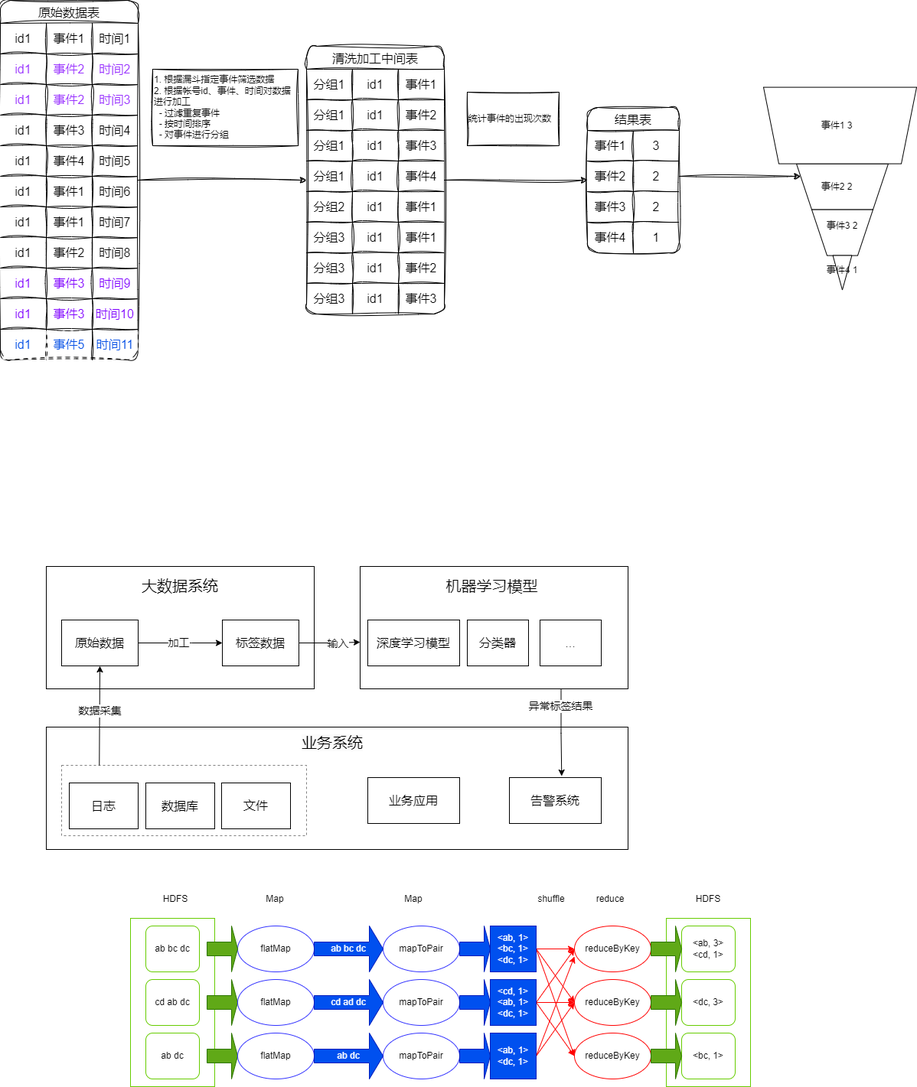
Before: test1.drawio.png, a diagram exported from draw.io (fxfng/hello-world). Source tidied: cells renumbered, new cells last; positions are measured from the earlier drawing's top-left corner, leaving out a move shared by most shapes.
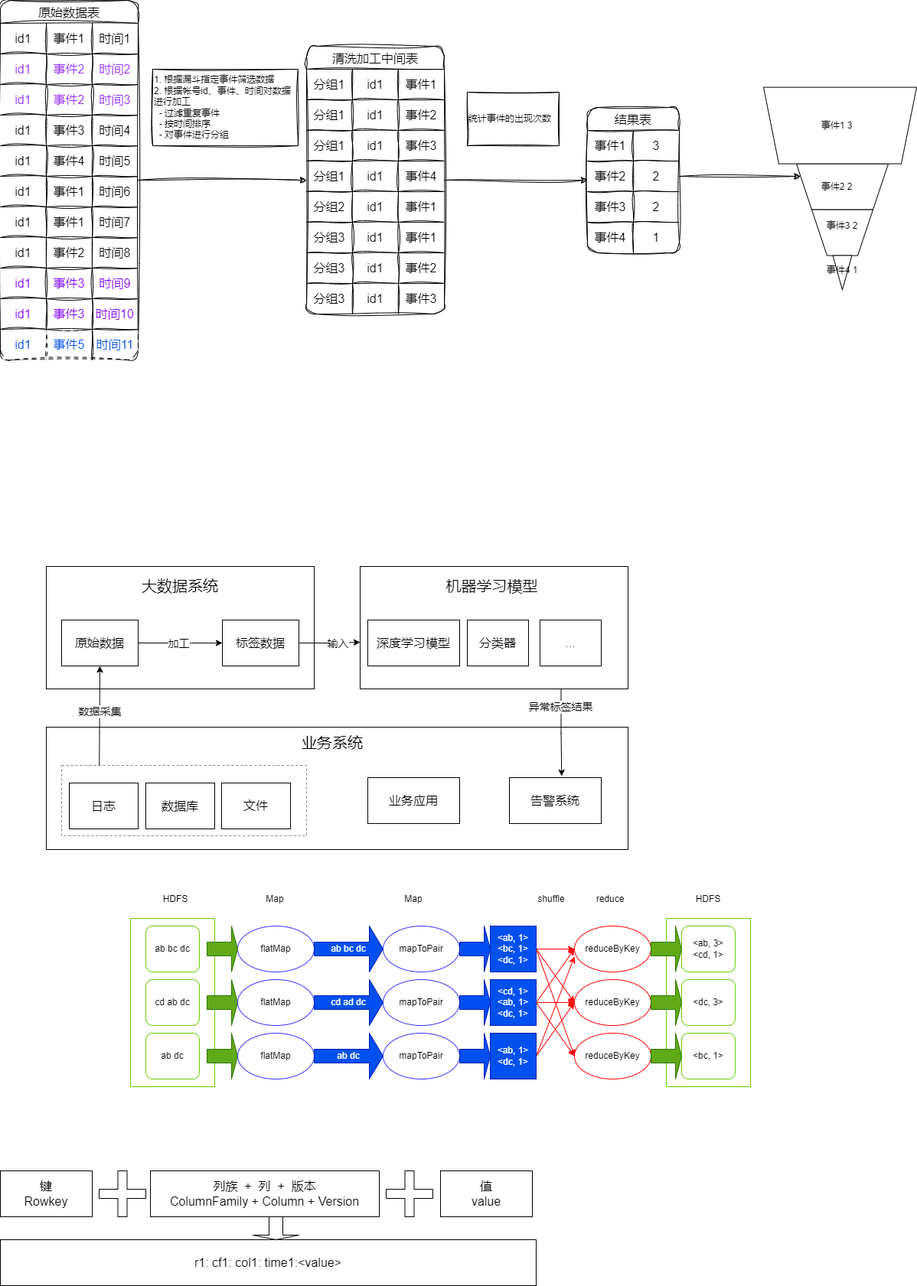
After the commit.

Commit message:
添加hbase数据概念信息

The edit, as a diff of the source:
```diff
@@ -544,5 +544,26 @@
     <mxCell id="176" value="shuffle" style="text;html=1;align=center;verticalAlign=middle;whiteSpace=wrap;rounded=0;" parent="1" vertex="1">
       <mxGeometry x="690" y="1160" width="60" height="30" as="geometry" />
     </mxCell>
+    <mxCell id="177" value="&lt;div style=&quot;font-size: 16px;&quot;&gt;&lt;font style=&quot;font-size: 16px;&quot;&gt;键&lt;/font&gt;&lt;/div&gt;&lt;font style=&quot;font-size: 16px;&quot;&gt;Rowkey&lt;/font&gt;" style="rounded=0;whiteSpace=wrap;html=1;" parent="1" vertex="1">
+      <mxGeometry y="1530" width="120" height="60" as="geometry" />
+    </mxCell>
+    <mxCell id="178" value="&lt;div style=&quot;font-size: 16px;&quot;&gt;列族&amp;nbsp; +&amp;nbsp; 列&amp;nbsp; +&amp;nbsp; 版本&lt;/div&gt;&lt;div style=&quot;font-size: 16px;&quot;&gt;ColumnFamily + Column + Version&lt;/div&gt;" style="rounded=0;whiteSpace=wrap;html=1;" parent="1" vertex="1">
+      <mxGeometry x="196" y="1530" width="299" height="60" as="geometry" />
+    </mxCell>
+    <mxCell id="179" value="&lt;div style=&quot;font-size: 16px;&quot;&gt;值&lt;/div&gt;&lt;div style=&quot;font-size: 16px;&quot;&gt;value&lt;/div&gt;" style="rounded=0;whiteSpace=wrap;html=1;" parent="1" vertex="1">
+      <mxGeometry x="575" y="1530" width="120" height="60" as="geometry" />
+    </mxCell>
+    <mxCell id="180" style="shape=cross;whiteSpace=wrap;html=1;" parent="1" vertex="1">
+      <mxGeometry x="129" y="1530" width="61" height="60" as="geometry" />
+    </mxCell>
+    <mxCell id="181" style="shape=cross;whiteSpace=wrap;html=1;" parent="1" vertex="1">
+      <mxGeometry x="504" y="1530" width="61" height="60" as="geometry" />
+    </mxCell>
+    <mxCell id="182" value="&lt;font style=&quot;font-size: 16px;&quot;&gt;r1: cf1: col1: time1:&amp;lt;value&amp;gt;&lt;/font&gt;" style="rounded=0;whiteSpace=wrap;html=1;" parent="1" vertex="1">
+      <mxGeometry y="1620" width="700" height="60" as="geometry" />
+    </mxCell>
+    <mxCell id="183" style="shape=singleArrow;direction=south;whiteSpace=wrap;html=1;" parent="1" vertex="1">
+      <mxGeometry x="330" y="1590" width="60" height="30" as="geometry" />
+    </mxCell>
   </root>
 </mxGraphModel>
```
